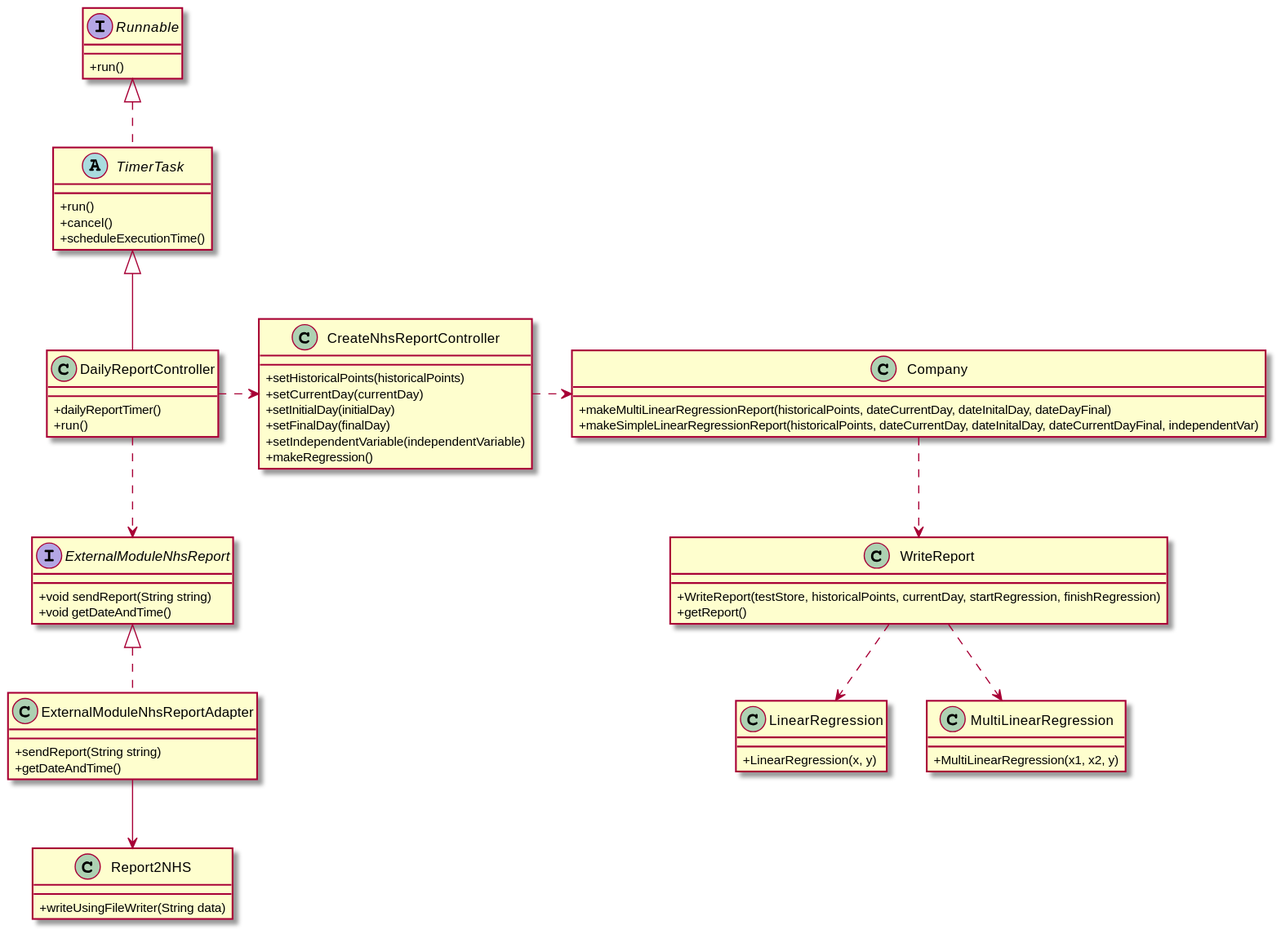
Before: docs/SprintD/US19/US19_CD.svg, a diagram exported from PlantUML (MadDinosaur/ISEP-LAPR2).
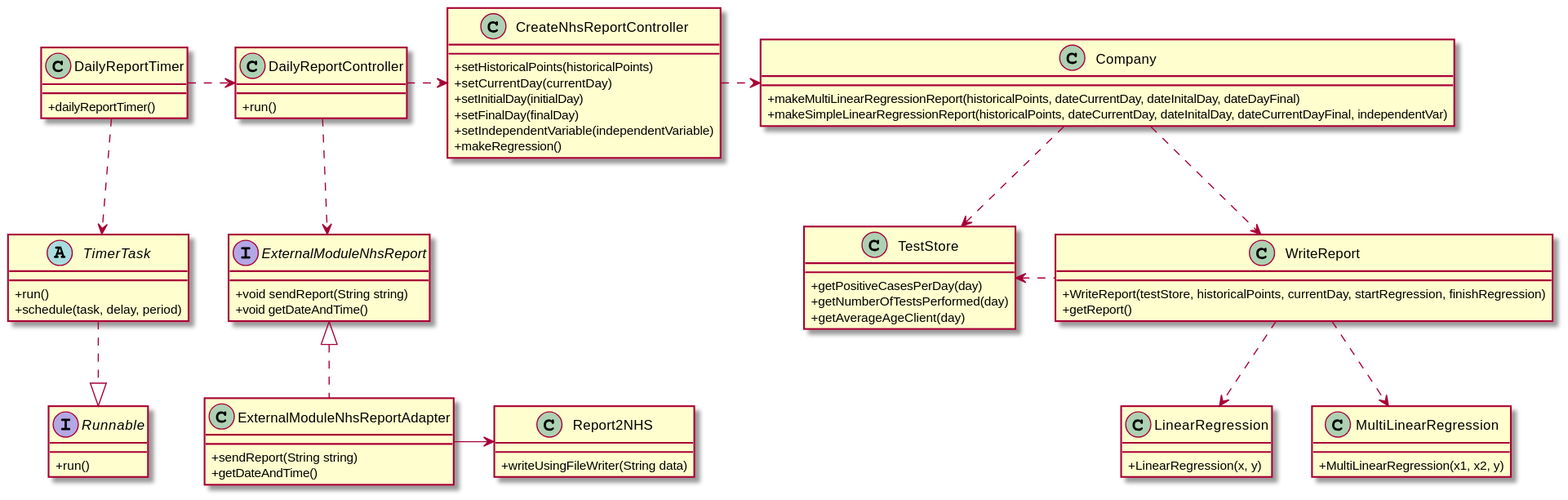
The same diagram one commit later.

What changed in the source:
```diff
@@ -3,7 +3,6 @@
 skinparam classAttributeIconSize 0
 
 class DailyReportController {
-+dailyReportTimer()
 +run()
 }
 
@@ -22,8 +21,11 @@
 
 abstract TimerTask {
 +run()
-+cancel()
-+scheduleExecutionTime()
++schedule(task, delay, period)
+}
+
+class DailyReportTimer {
++dailyReportTimer()
 }
 
 class LinearRegression {
@@ -37,6 +39,12 @@
 class Company {
 +makeMultiLinearRegressionReport(historicalPoints, dateCurrentDay, dateInitalDay, dateDayFinal)
 +makeSimpleLinearRegressionReport(historicalPoints, dateCurrentDay, dateInitalDay, dateCurrentDayFinal, independentVar)
+}
+
+class TestStore{
++getPositiveCasesPerDay(day)
++getNumberOfTestsPerformed(day)
++getAverageAgeClient(day)
 }
 
 class WriteReport {
@@ -58,14 +66,19 @@
 +writeUsingFileWriter(String data)
 }
 
+
+
 DailyReportController ..> ExternalModuleNhsReport
-Runnable <|.. TimerTask
-TimerTask <|-- DailyReportController
+TimerTask ..|> Runnable
+DailyReportTimer ..> TimerTask
+DailyReportTimer .> DailyReportController
 DailyReportController .> CreateNhsReportController
 CreateNhsReportController .> Company
+Company ..> TestStore
 Company ..> WriteReport
+TestStore <. WriteReport
 ExternalModuleNhsReport <|.. ExternalModuleNhsReportAdapter
-ExternalModuleNhsReportAdapter --> Report2NHS
+ExternalModuleNhsReportAdapter -> Report2NHS
 WriteReport ..> LinearRegression
 WriteReport ..> MultiLinearRegression
 
```
